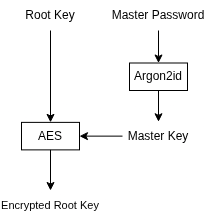
This is docs/img/03-root-key-encryption.png from dylanramos/post-quantum-ransomware, a draw.io export, as it was before one commit. Source tidied: cells renumbered, new cells last; positions are measured from the earlier drawing's top-left corner, leaving out a move shared by most shapes.
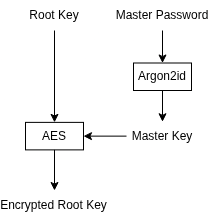
After the commit.

Diff of the diagram source:
```diff
@@ -34,8 +34,8 @@
     <mxCell id="11" value="Root Key" style="text;html=1;whiteSpace=wrap;strokeColor=none;fillColor=none;align=center;verticalAlign=middle;rounded=0;" parent="1" vertex="1">
       <mxGeometry x="19" width="62" height="30" as="geometry" />
     </mxCell>
-    <mxCell id="12" value="Encrypted Root Key" style="text;html=1;whiteSpace=wrap;strokeColor=none;fillColor=none;align=center;verticalAlign=middle;rounded=0;fontFamily=Helvetica;fontSize=11;fontColor=default;labelBackgroundColor=default;" parent="1" vertex="1">
-      <mxGeometry y="190" width="100" height="30" as="geometry" />
+    <mxCell id="12" value="Encrypted Root Key" style="text;html=1;whiteSpace=wrap;strokeColor=none;fillColor=none;align=center;verticalAlign=middle;rounded=0;fontFamily=Helvetica;fontSize=12;fontColor=default;labelBackgroundColor=default;" parent="1" vertex="1">
+      <mxGeometry x="-4.5" y="190" width="109" height="30" as="geometry" />
     </mxCell>
   </root>
 </mxGraphModel>
```
